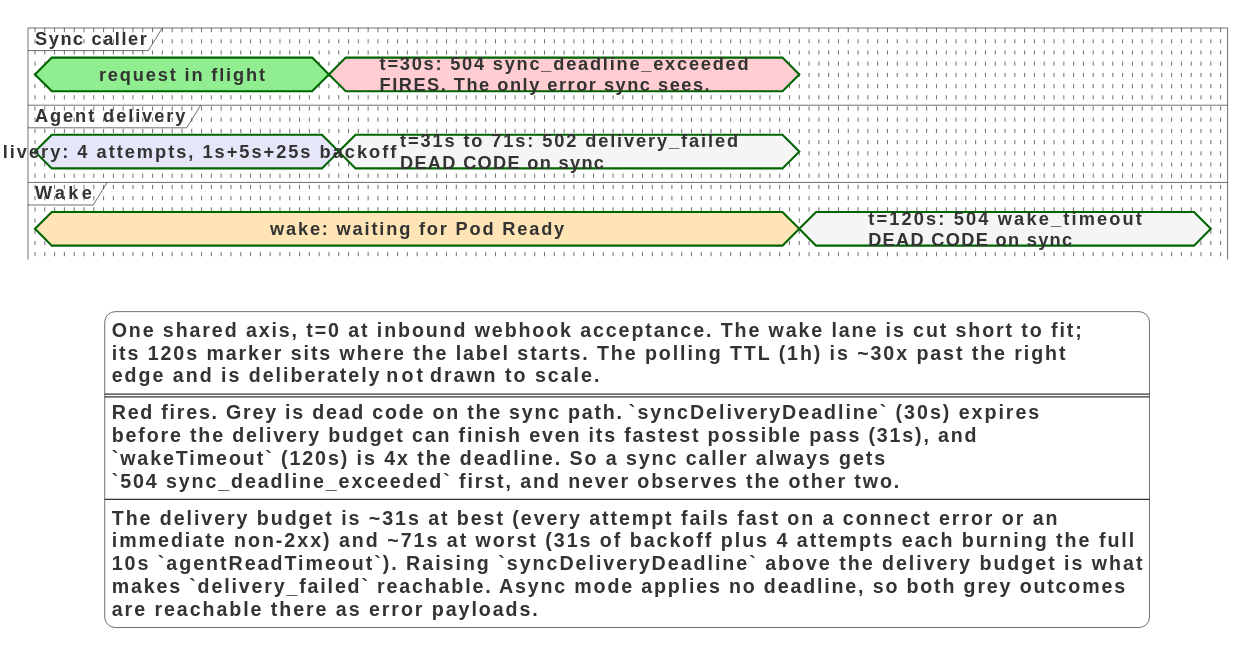
Earlier version of the PlantUML export docs/src/diagrams/sync-reachability-timeline.svg (win07xp/kaalm). Its diagram source:
```plantuml
@startuml
!include _style.puml
scale 1 as 7 pixels
hide time-axis

concise "Sync caller" as SYNC
concise "Agent delivery" as DEL
concise "Wake" as WAKE

@SYNC
0 is "request in flight" #90EE90
30 is "**t=30s: 504 sync_deadline_exceeded**\nFIRES. The only error sync sees." #FFCDD2
78 is {hidden}

@DEL
0 is "delivery: 4 attempts, 1s+5s+25s backoff" #E6E6FA
31 is "**t=31s to 71s: 502 delivery_failed**\nDEAD CODE on sync" #F5F5F5
78 is {hidden}

@WAKE
0 is "wake: waiting for Pod Ready" #FFE4B5
78 is "**t=120s: 504 wake_timeout**\nDEAD CODE on sync" #F5F5F5
120 is {hidden}

legend bottom
  One shared axis, t=0 at inbound webhook acceptance. The wake lane is cut short to fit;
  its 120s marker sits where the label starts. The polling TTL (1h) is ~30x past the right
  edge and is deliberately **not** drawn to scale.
  ====
  **Red fires. Grey is dead code on the sync path.** `syncDeliveryDeadline` (30s) expires
  before the delivery budget can finish even its fastest possible pass (31s), and
  `wakeTimeout` (120s) is 4x the deadline. So a sync caller always gets
  `504 sync_deadline_exceeded` first, and never observes the other two.
  ----
  The delivery budget is ~31s at best (every attempt fails fast on a connect error or an
  immediate non-2xx) and ~71s at worst (31s of backoff plus 4 attempts each burning the full
  10s `agentReadTimeout`). Raising `syncDeliveryDeadline` above the delivery budget is what
  makes `delivery_failed` reachable. Async mode applies no deadline, so both grey outcomes
  are reachable there as error payloads.
endlegend
@enduml
```
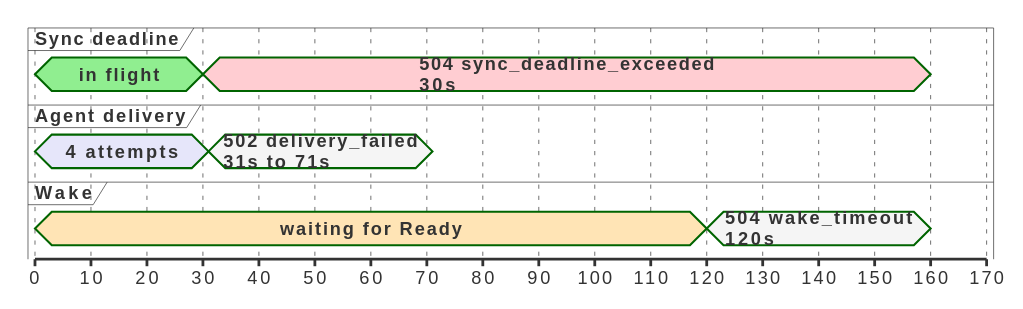
After the change.

What changed in the source:
```diff
@@ -1,41 +1,24 @@
 @startuml
 !include _style.puml
-scale 1 as 7 pixels
-hide time-axis
+scale 10 as 40 pixels
 
-concise "Sync caller" as SYNC
+concise "Sync deadline" as SYNC
 concise "Agent delivery" as DEL
 concise "Wake" as WAKE
 
 @SYNC
-0 is "request in flight" #90EE90
-30 is "**t=30s: 504 sync_deadline_exceeded**\nFIRES. The only error sync sees." #FFCDD2
-78 is {hidden}
+0 is "in flight" #90EE90
+30 is "**504 sync_deadline_exceeded**\n30s" #FFCDD2
+160 is {hidden}
 
 @DEL
-0 is "delivery: 4 attempts, 1s+5s+25s backoff" #E6E6FA
-31 is "**t=31s to 71s: 502 delivery_failed**\nDEAD CODE on sync" #F5F5F5
-78 is {hidden}
+0 is "4 attempts" #E6E6FA
+31 is "**502 delivery_failed**\n31s to 71s" #F5F5F5
+71 is {hidden}
+160 is {hidden}
 
 @WAKE
-0 is "wake: waiting for Pod Ready" #FFE4B5
-78 is "**t=120s: 504 wake_timeout**\nDEAD CODE on sync" #F5F5F5
-120 is {hidden}
-
-legend bottom
-  One shared axis, t=0 at inbound webhook acceptance. The wake lane is cut short to fit;
-  its 120s marker sits where the label starts. The polling TTL (1h) is ~30x past the right
-  edge and is deliberately **not** drawn to scale.
-  ====
-  **Red fires. Grey is dead code on the sync path.** `syncDeliveryDeadline` (30s) expires
-  before the delivery budget can finish even its fastest possible pass (31s), and
-  `wakeTimeout` (120s) is 4x the deadline. So a sync caller always gets
-  `504 sync_deadline_exceeded` first, and never observes the other two.
-  ----
-  The delivery budget is ~31s at best (every attempt fails fast on a connect error or an
-  immediate non-2xx) and ~71s at worst (31s of backoff plus 4 attempts each burning the full
-  10s `agentReadTimeout`). Raising `syncDeliveryDeadline` above the delivery budget is what
-  makes `delivery_failed` reachable. Async mode applies no deadline, so both grey outcomes
-  are reachable there as error payloads.
-endlegend
+0 is "waiting for Ready" #FFE4B5
+120 is "**504 wake_timeout**\n120s" #F5F5F5
+160 is {hidden}
 @enduml
```
